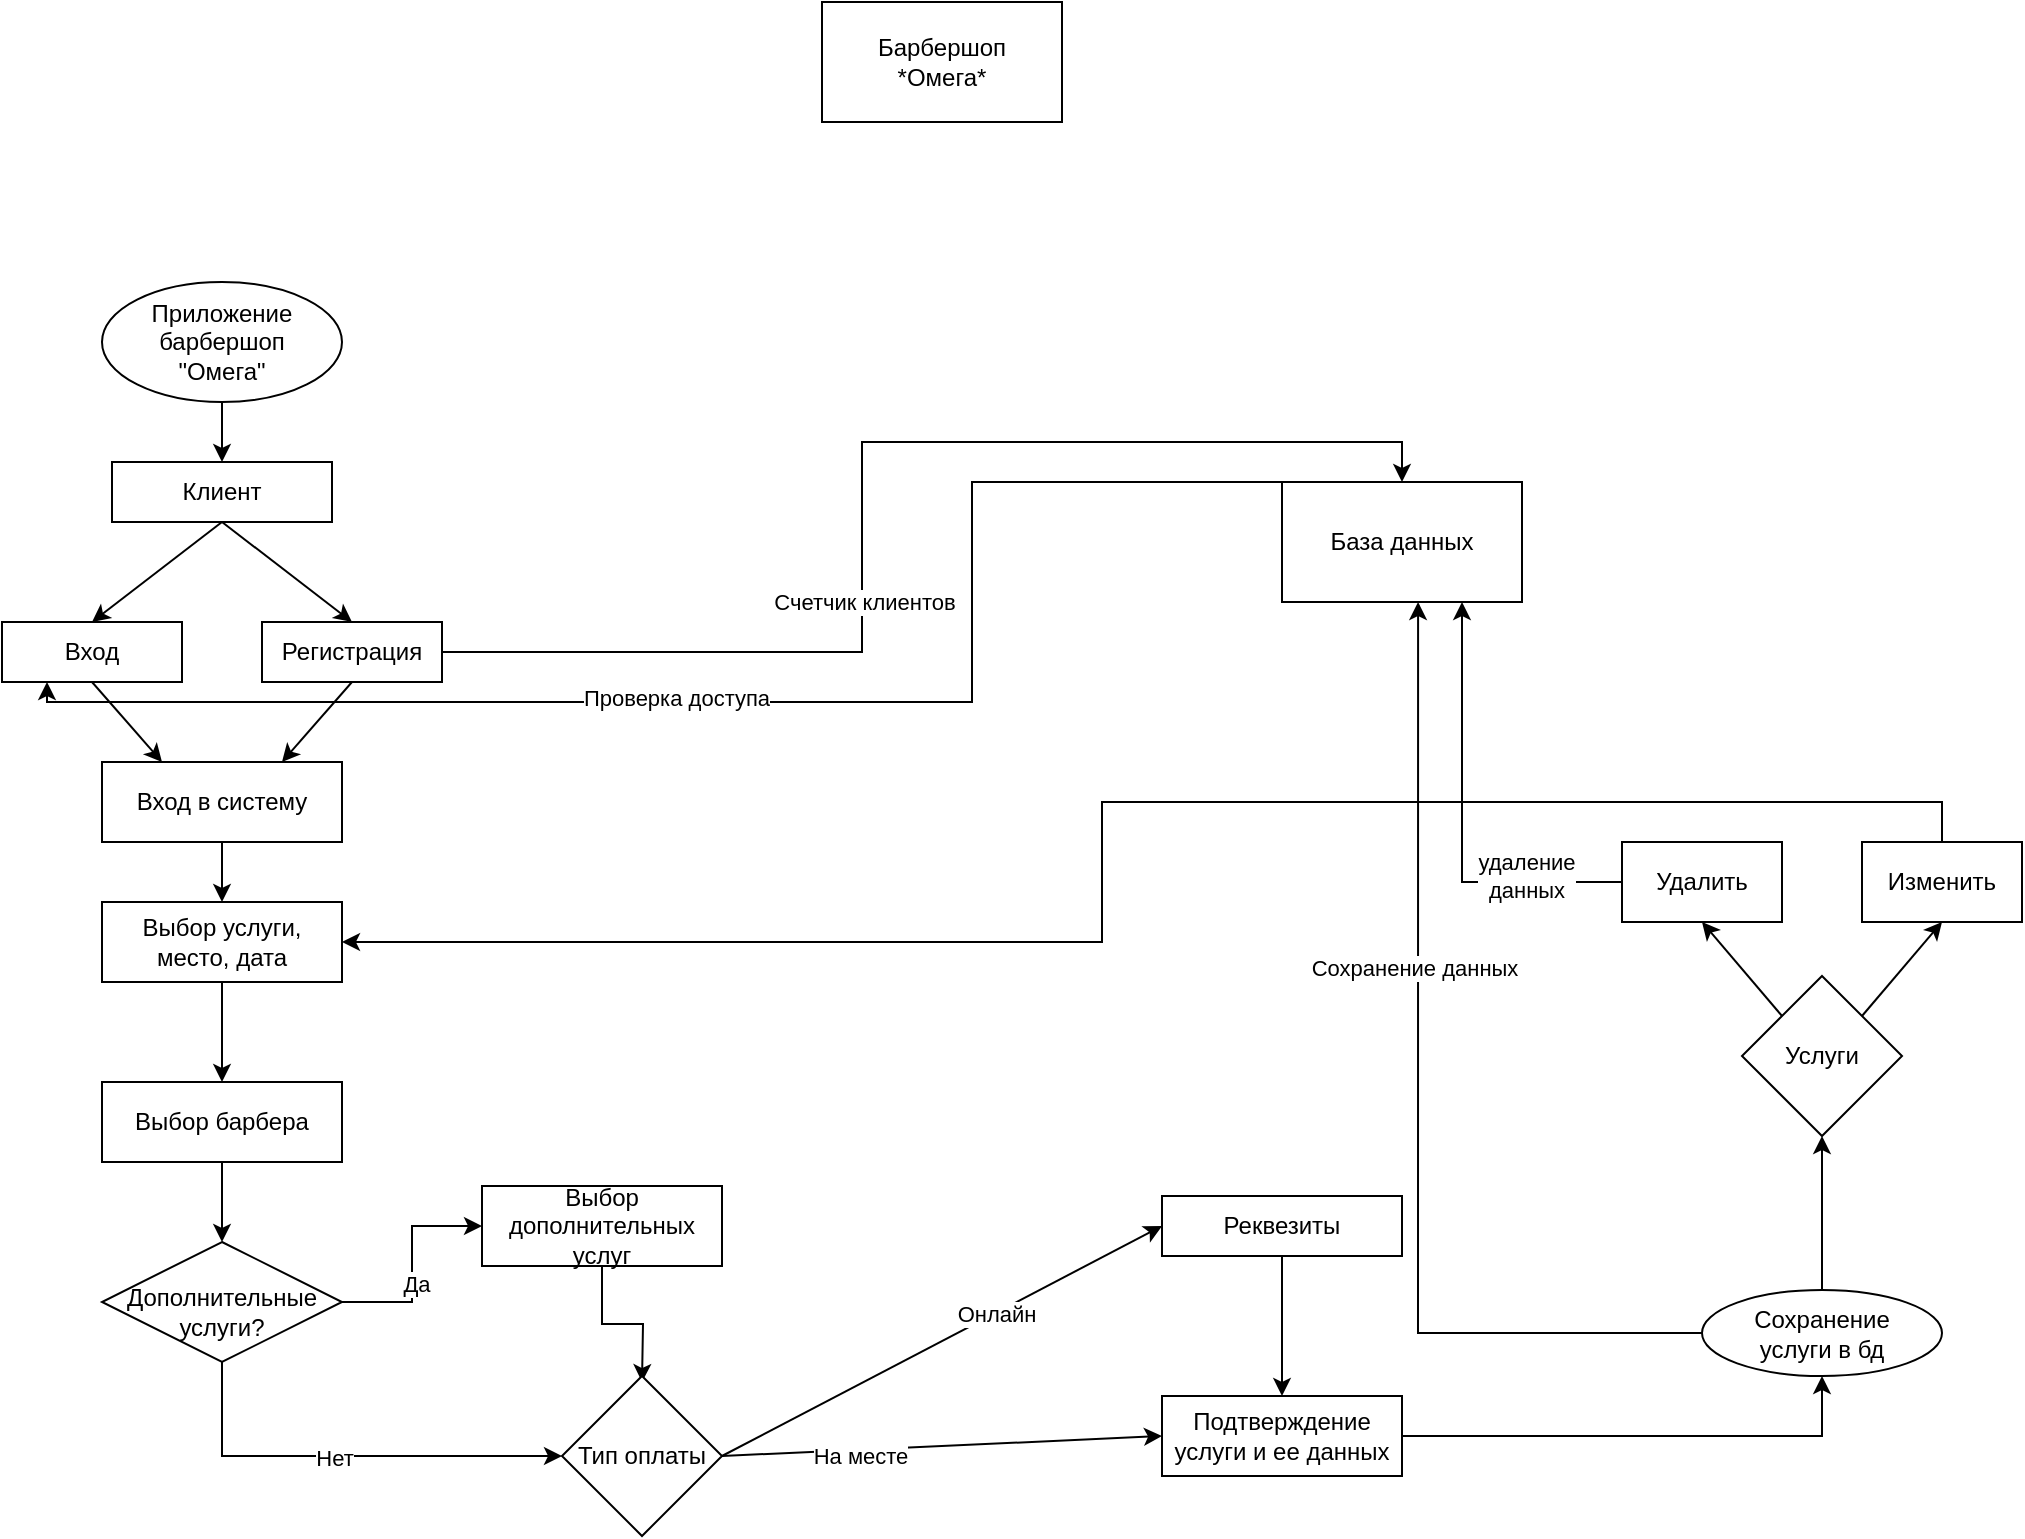
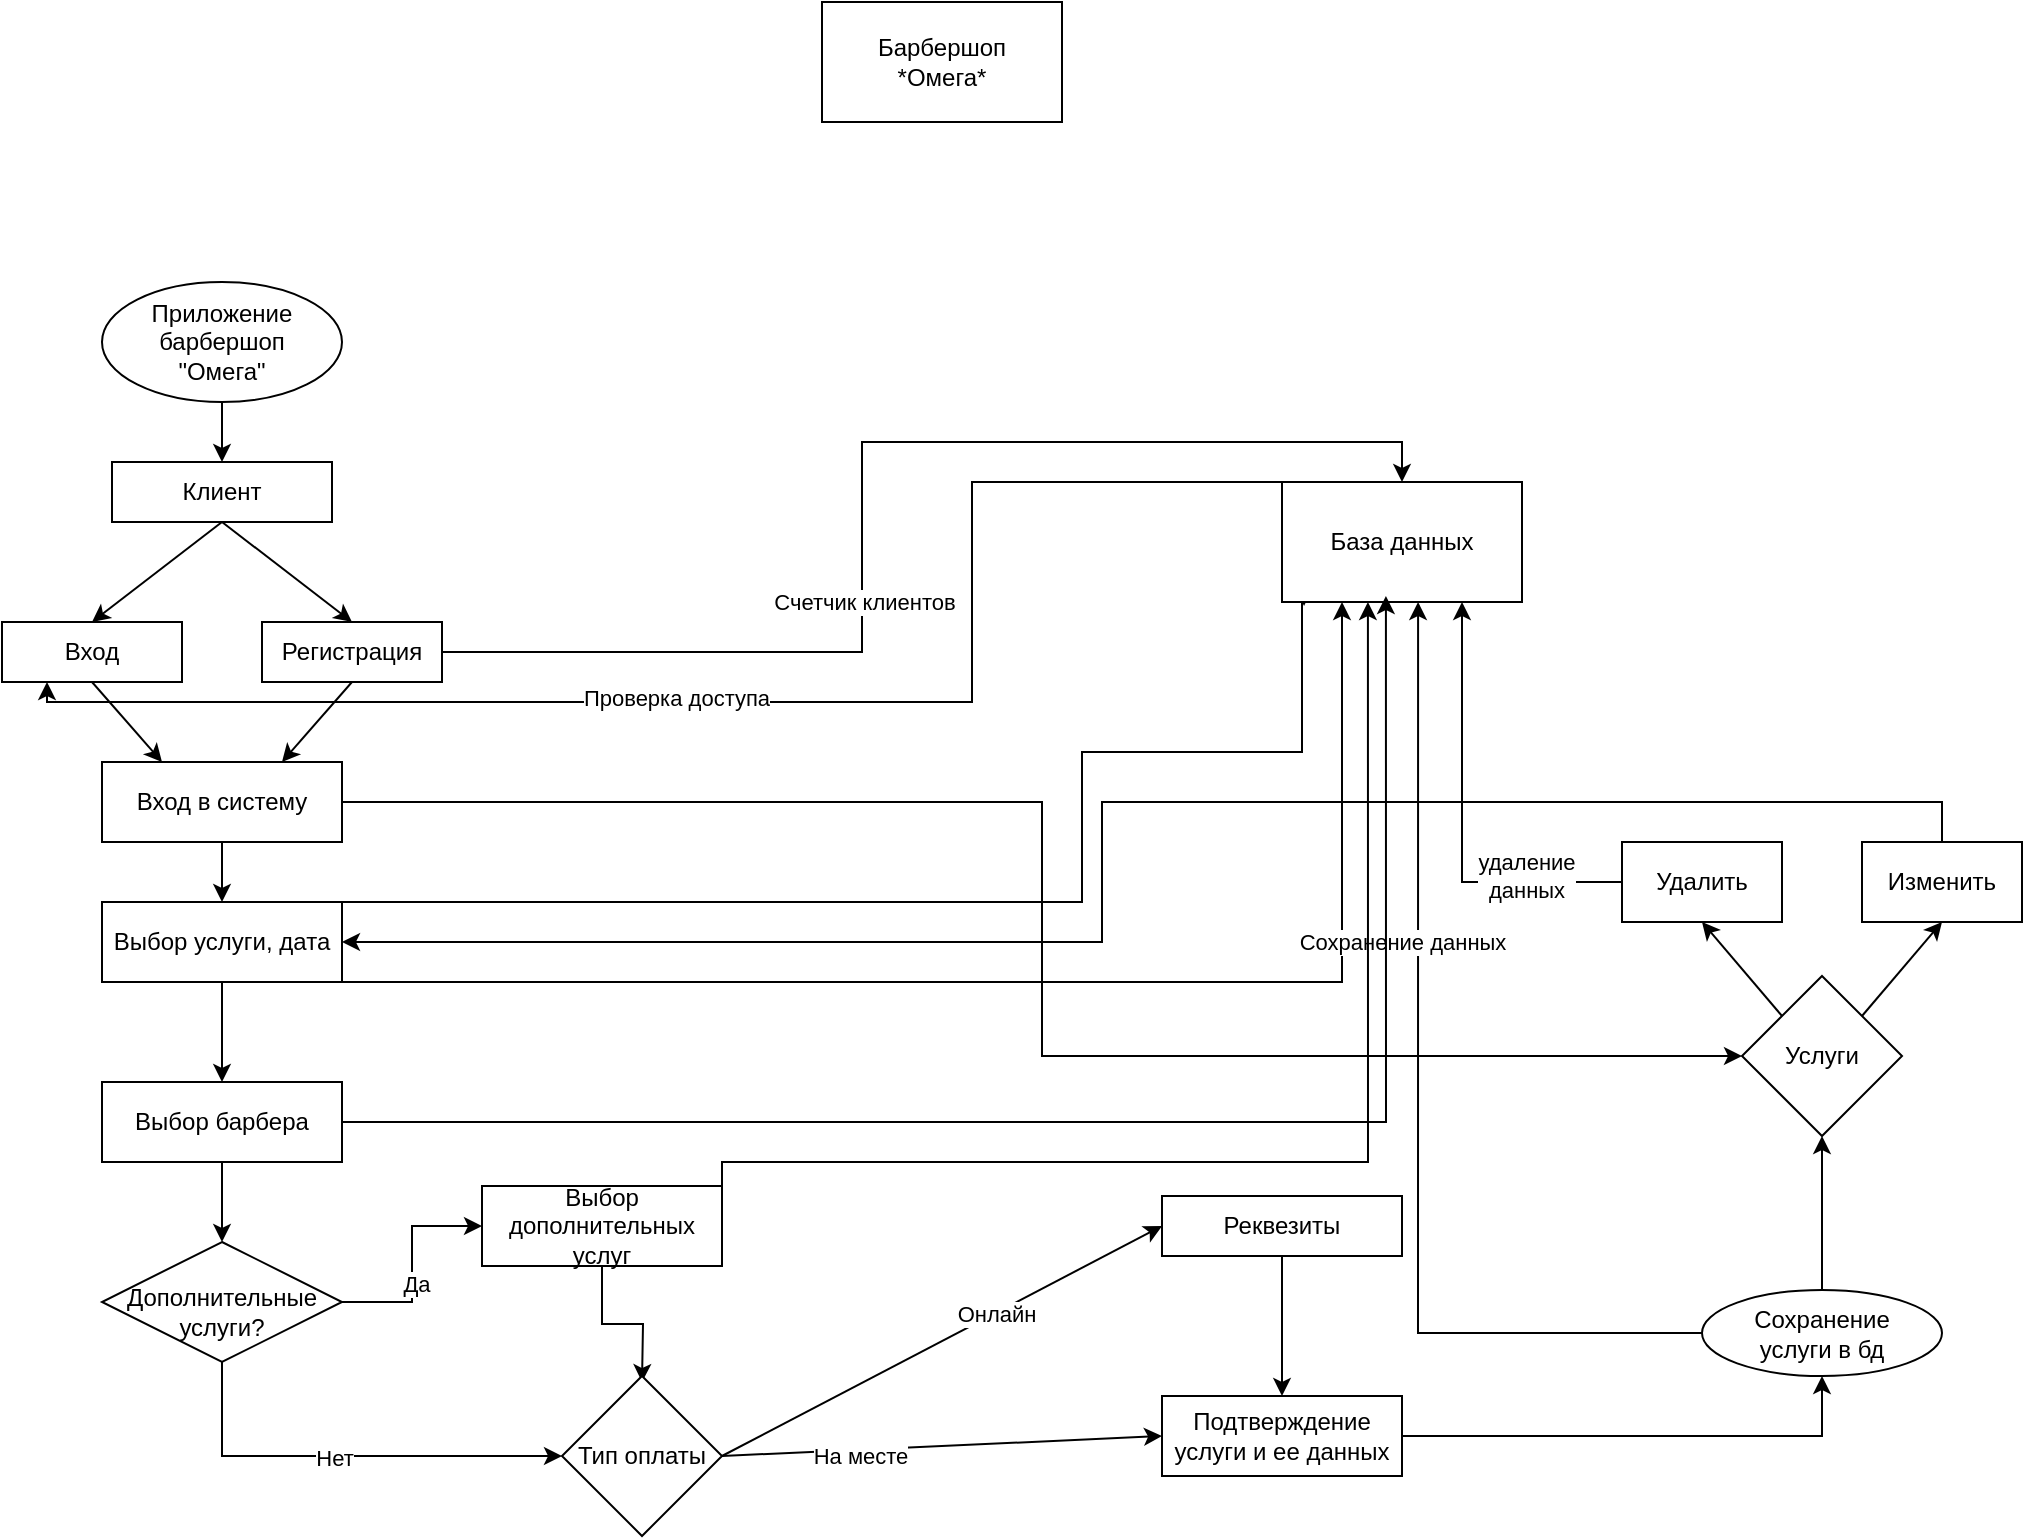
<mxfile host="Electron" agent="Mozilla/5.0 (Windows NT 10.0; Win64; x64) AppleWebKit/537.36 (KHTML, like Gecko) draw.io/24.7.8 Chrome/128.0.6613.36 Electron/32.0.1 Safari/537.36" version="24.7.8">
  <diagram name="Страница — 1" id="UO26m0AJWIRgGGeAvZkc">
    <mxGraphModel dx="1434" dy="844" grid="1" gridSize="10" guides="1" tooltips="1" connect="1" arrows="1" fold="1" page="1" pageScale="1" pageWidth="1169" pageHeight="827" math="0" shadow="0">
      <root>
        <mxCell id="0" />
        <mxCell id="1" parent="0" />
        <mxCell id="AP1ZAnM6FpRF_k96ix5y-1" value="Барбершоп&lt;div&gt;*Омега*&lt;/div&gt;" style="rounded=0;whiteSpace=wrap;html=1;" parent="1" vertex="1">
          <mxGeometry x="480" y="20" width="120" height="60" as="geometry" />
        </mxCell>
-         <mxCell id="9wGC_HxI7aEOlroQ4Emy-2" style="edgeStyle=orthogonalEdgeStyle;rounded=0;orthogonalLoop=1;jettySize=auto;html=1;exitX=0.5;exitY=1;exitDx=0;exitDy=0;entryX=0.5;entryY=0;entryDx=0;entryDy=0;" edge="1" parent="1" source="AP1ZAnM6FpRF_k96ix5y-7" target="9wGC_HxI7aEOlroQ4Emy-1">
+         <mxCell id="9wGC_HxI7aEOlroQ4Emy-2" style="edgeStyle=orthogonalEdgeStyle;rounded=0;orthogonalLoop=1;jettySize=auto;html=1;exitX=0.5;exitY=1;exitDx=0;exitDy=0;entryX=0.5;entryY=0;entryDx=0;entryDy=0;" parent="1" source="AP1ZAnM6FpRF_k96ix5y-7" target="9wGC_HxI7aEOlroQ4Emy-1" edge="1">
          <mxGeometry relative="1" as="geometry" />
        </mxCell>
        <mxCell id="AP1ZAnM6FpRF_k96ix5y-7" value="Приложение&lt;div&gt;барбершоп&lt;/div&gt;&lt;div&gt;&quot;Омега&quot;&lt;/div&gt;" style="ellipse;whiteSpace=wrap;html=1;" parent="1" vertex="1">
          <mxGeometry x="120" y="160" width="120" height="60" as="geometry" />
        </mxCell>
        <mxCell id="AP1ZAnM6FpRF_k96ix5y-8" value="" style="endArrow=classic;html=1;rounded=0;exitX=0.5;exitY=1;exitDx=0;exitDy=0;entryX=0.5;entryY=0;entryDx=0;entryDy=0;" parent="1" source="9wGC_HxI7aEOlroQ4Emy-1" target="AP1ZAnM6FpRF_k96ix5y-45" edge="1">
          <mxGeometry width="50" height="50" relative="1" as="geometry">
            <mxPoint x="560" y="350" as="sourcePoint" />
            <mxPoint x="250" y="320" as="targetPoint" />
          </mxGeometry>
        </mxCell>
-         <mxCell id="AP1ZAnM6FpRF_k96ix5y-9" value="Выбор услуги, место, дата" style="rounded=0;whiteSpace=wrap;html=1;" parent="1" vertex="1">
+         <mxCell id="8yDrBI5wRY__VyQY4MWw-1" style="edgeStyle=orthogonalEdgeStyle;rounded=0;orthogonalLoop=1;jettySize=auto;html=1;exitX=1;exitY=0;exitDx=0;exitDy=0;entryX=0.092;entryY=1.033;entryDx=0;entryDy=0;entryPerimeter=0;" edge="1" parent="1" source="AP1ZAnM6FpRF_k96ix5y-9" target="AP1ZAnM6FpRF_k96ix5y-42">
+           <mxGeometry relative="1" as="geometry">
+             <Array as="points">
+               <mxPoint x="610" y="470" />
+               <mxPoint x="610" y="395" />
+               <mxPoint x="720" y="395" />
+               <mxPoint x="720" y="320" />
+               <mxPoint x="721" y="320" />
+             </Array>
+           </mxGeometry>
+         </mxCell>
+         <mxCell id="8yDrBI5wRY__VyQY4MWw-3" style="edgeStyle=orthogonalEdgeStyle;rounded=0;orthogonalLoop=1;jettySize=auto;html=1;exitX=1;exitY=1;exitDx=0;exitDy=0;entryX=0.25;entryY=1;entryDx=0;entryDy=0;" edge="1" parent="1" source="AP1ZAnM6FpRF_k96ix5y-9" target="AP1ZAnM6FpRF_k96ix5y-42">
+           <mxGeometry relative="1" as="geometry">
+             <Array as="points">
+               <mxPoint x="740" y="510" />
+             </Array>
+           </mxGeometry>
+         </mxCell>
+         <mxCell id="AP1ZAnM6FpRF_k96ix5y-9" value="Выбор услуги, дата" style="rounded=0;whiteSpace=wrap;html=1;" parent="1" vertex="1">
          <mxGeometry x="120" y="470" width="120" height="40" as="geometry" />
        </mxCell>
        <mxCell id="AP1ZAnM6FpRF_k96ix5y-11" value="" style="endArrow=classic;html=1;rounded=0;exitX=0.5;exitY=1;exitDx=0;exitDy=0;" parent="1" source="AP1ZAnM6FpRF_k96ix5y-9" edge="1">
          <mxGeometry width="50" height="50" relative="1" as="geometry">
            <mxPoint x="560" y="460" as="sourcePoint" />
            <mxPoint x="180" y="560" as="targetPoint" />
          </mxGeometry>
        </mxCell>
        <mxCell id="AP1ZAnM6FpRF_k96ix5y-12" value="Выбор барбера" style="rounded=0;whiteSpace=wrap;html=1;" parent="1" vertex="1">
          <mxGeometry x="120" y="560" width="120" height="40" as="geometry" />
        </mxCell>
        <mxCell id="AP1ZAnM6FpRF_k96ix5y-17" style="edgeStyle=orthogonalEdgeStyle;rounded=0;orthogonalLoop=1;jettySize=auto;html=1;exitX=1;exitY=0.5;exitDx=0;exitDy=0;entryX=0;entryY=0.5;entryDx=0;entryDy=0;" parent="1" source="AP1ZAnM6FpRF_k96ix5y-13" target="AP1ZAnM6FpRF_k96ix5y-15" edge="1">
          <mxGeometry relative="1" as="geometry" />
        </mxCell>
        <mxCell id="AP1ZAnM6FpRF_k96ix5y-19" value="Да" style="edgeLabel;html=1;align=center;verticalAlign=middle;resizable=0;points=[];" parent="AP1ZAnM6FpRF_k96ix5y-17" vertex="1" connectable="0">
          <mxGeometry x="-0.1778" y="-2" relative="1" as="geometry">
            <mxPoint as="offset" />
          </mxGeometry>
        </mxCell>
        <mxCell id="AP1ZAnM6FpRF_k96ix5y-18" style="edgeStyle=orthogonalEdgeStyle;rounded=0;orthogonalLoop=1;jettySize=auto;html=1;exitX=0.5;exitY=1;exitDx=0;exitDy=0;entryX=0;entryY=0.5;entryDx=0;entryDy=0;" parent="1" source="AP1ZAnM6FpRF_k96ix5y-13" target="AP1ZAnM6FpRF_k96ix5y-34" edge="1">
          <mxGeometry relative="1" as="geometry">
            <mxPoint x="300" y="808" as="targetPoint" />
          </mxGeometry>
        </mxCell>
        <mxCell id="AP1ZAnM6FpRF_k96ix5y-20" value="Нет" style="edgeLabel;html=1;align=center;verticalAlign=middle;resizable=0;points=[];" parent="AP1ZAnM6FpRF_k96ix5y-18" vertex="1" connectable="0">
          <mxGeometry x="-0.05" y="-1" relative="1" as="geometry">
            <mxPoint as="offset" />
          </mxGeometry>
        </mxCell>
        <mxCell id="AP1ZAnM6FpRF_k96ix5y-13" value="Дополнительные&lt;div&gt;услуги?&lt;/div&gt;" style="rhombus;whiteSpace=wrap;html=1;spacingBottom=-9;" parent="1" vertex="1">
          <mxGeometry x="120" y="640" width="120" height="60" as="geometry" />
        </mxCell>
        <mxCell id="AP1ZAnM6FpRF_k96ix5y-14" value="" style="endArrow=classic;html=1;rounded=0;exitX=0.5;exitY=1;exitDx=0;exitDy=0;entryX=0.5;entryY=0;entryDx=0;entryDy=0;" parent="1" source="AP1ZAnM6FpRF_k96ix5y-12" target="AP1ZAnM6FpRF_k96ix5y-13" edge="1">
          <mxGeometry width="50" height="50" relative="1" as="geometry">
            <mxPoint x="440" y="460" as="sourcePoint" />
            <mxPoint x="490" y="410" as="targetPoint" />
          </mxGeometry>
        </mxCell>
        <mxCell id="AP1ZAnM6FpRF_k96ix5y-22" style="edgeStyle=orthogonalEdgeStyle;rounded=0;orthogonalLoop=1;jettySize=auto;html=1;exitX=0.5;exitY=1;exitDx=0;exitDy=0;" parent="1" source="AP1ZAnM6FpRF_k96ix5y-15" edge="1">
          <mxGeometry relative="1" as="geometry">
            <mxPoint x="390" y="710" as="targetPoint" />
          </mxGeometry>
        </mxCell>
        <mxCell id="AP1ZAnM6FpRF_k96ix5y-15" value="Выбор дополнительных услуг" style="rounded=0;whiteSpace=wrap;html=1;" parent="1" vertex="1">
          <mxGeometry x="310" y="612" width="120" height="40" as="geometry" />
        </mxCell>
        <mxCell id="AP1ZAnM6FpRF_k96ix5y-71" style="edgeStyle=orthogonalEdgeStyle;rounded=0;orthogonalLoop=1;jettySize=auto;html=1;exitX=0.5;exitY=1;exitDx=0;exitDy=0;entryX=0.5;entryY=0;entryDx=0;entryDy=0;" parent="1" source="AP1ZAnM6FpRF_k96ix5y-16" target="AP1ZAnM6FpRF_k96ix5y-9" edge="1">
          <mxGeometry relative="1" as="geometry" />
        </mxCell>
+         <mxCell id="8yDrBI5wRY__VyQY4MWw-5" style="edgeStyle=orthogonalEdgeStyle;rounded=0;orthogonalLoop=1;jettySize=auto;html=1;exitX=1;exitY=0.5;exitDx=0;exitDy=0;entryX=0;entryY=0.5;entryDx=0;entryDy=0;" edge="1" parent="1" source="AP1ZAnM6FpRF_k96ix5y-16" target="AP1ZAnM6FpRF_k96ix5y-62">
+           <mxGeometry relative="1" as="geometry" />
+         </mxCell>
        <mxCell id="AP1ZAnM6FpRF_k96ix5y-16" value="Вход в систему" style="rounded=0;whiteSpace=wrap;html=1;" parent="1" vertex="1">
          <mxGeometry x="120" y="400" width="120" height="40" as="geometry" />
        </mxCell>
        <mxCell id="AP1ZAnM6FpRF_k96ix5y-34" value="Тип оплаты" style="rhombus;whiteSpace=wrap;html=1;" parent="1" vertex="1">
          <mxGeometry x="350" y="707" width="80" height="80" as="geometry" />
        </mxCell>
        <mxCell id="AP1ZAnM6FpRF_k96ix5y-35" value="Реквезиты" style="rounded=0;whiteSpace=wrap;html=1;" parent="1" vertex="1">
          <mxGeometry x="650" y="617" width="120" height="30" as="geometry" />
        </mxCell>
        <mxCell id="AP1ZAnM6FpRF_k96ix5y-36" value="" style="endArrow=classic;html=1;rounded=0;entryX=0;entryY=0.5;entryDx=0;entryDy=0;exitX=1;exitY=0.5;exitDx=0;exitDy=0;" parent="1" source="AP1ZAnM6FpRF_k96ix5y-34" target="AP1ZAnM6FpRF_k96ix5y-35" edge="1">
          <mxGeometry width="50" height="50" relative="1" as="geometry">
            <mxPoint x="560" y="717" as="sourcePoint" />
            <mxPoint x="610" y="667" as="targetPoint" />
          </mxGeometry>
        </mxCell>
        <mxCell id="AP1ZAnM6FpRF_k96ix5y-37" value="Онлайн" style="edgeLabel;html=1;align=center;verticalAlign=middle;resizable=0;points=[];" parent="AP1ZAnM6FpRF_k96ix5y-36" vertex="1" connectable="0">
          <mxGeometry x="0.2456" relative="1" as="geometry">
            <mxPoint as="offset" />
          </mxGeometry>
        </mxCell>
        <mxCell id="AP1ZAnM6FpRF_k96ix5y-38" value="" style="endArrow=classic;html=1;rounded=0;exitX=1;exitY=0.5;exitDx=0;exitDy=0;entryX=0;entryY=0.5;entryDx=0;entryDy=0;" parent="1" source="AP1ZAnM6FpRF_k96ix5y-34" target="AP1ZAnM6FpRF_k96ix5y-39" edge="1">
          <mxGeometry width="50" height="50" relative="1" as="geometry">
            <mxPoint x="590" y="767" as="sourcePoint" />
            <mxPoint x="610" y="747" as="targetPoint" />
          </mxGeometry>
        </mxCell>
        <mxCell id="AP1ZAnM6FpRF_k96ix5y-40" value="На месте" style="edgeLabel;html=1;align=center;verticalAlign=middle;resizable=0;points=[];" parent="AP1ZAnM6FpRF_k96ix5y-38" vertex="1" connectable="0">
          <mxGeometry x="-0.3765" y="-3" relative="1" as="geometry">
            <mxPoint as="offset" />
          </mxGeometry>
        </mxCell>
        <mxCell id="AP1ZAnM6FpRF_k96ix5y-52" style="edgeStyle=orthogonalEdgeStyle;rounded=0;orthogonalLoop=1;jettySize=auto;html=1;exitX=1;exitY=0.5;exitDx=0;exitDy=0;entryX=0.5;entryY=1;entryDx=0;entryDy=0;" parent="1" source="AP1ZAnM6FpRF_k96ix5y-39" target="AP1ZAnM6FpRF_k96ix5y-51" edge="1">
          <mxGeometry relative="1" as="geometry" />
        </mxCell>
        <mxCell id="AP1ZAnM6FpRF_k96ix5y-39" value="Подтверждение&lt;div&gt;услуги и ее данных&lt;/div&gt;" style="rounded=0;whiteSpace=wrap;html=1;" parent="1" vertex="1">
          <mxGeometry x="650" y="717" width="120" height="40" as="geometry" />
        </mxCell>
        <mxCell id="AP1ZAnM6FpRF_k96ix5y-41" value="" style="endArrow=classic;html=1;rounded=0;exitX=0.5;exitY=1;exitDx=0;exitDy=0;entryX=0.5;entryY=0;entryDx=0;entryDy=0;" parent="1" source="AP1ZAnM6FpRF_k96ix5y-35" target="AP1ZAnM6FpRF_k96ix5y-39" edge="1">
          <mxGeometry width="50" height="50" relative="1" as="geometry">
            <mxPoint x="430" y="587" as="sourcePoint" />
            <mxPoint x="480" y="537" as="targetPoint" />
          </mxGeometry>
        </mxCell>
        <mxCell id="AP1ZAnM6FpRF_k96ix5y-50" style="edgeStyle=orthogonalEdgeStyle;rounded=0;orthogonalLoop=1;jettySize=auto;html=1;exitX=0.25;exitY=0;exitDx=0;exitDy=0;entryX=0.25;entryY=1;entryDx=0;entryDy=0;" parent="1" source="AP1ZAnM6FpRF_k96ix5y-42" target="AP1ZAnM6FpRF_k96ix5y-45" edge="1">
          <mxGeometry relative="1" as="geometry">
            <Array as="points">
              <mxPoint x="555" y="370" />
              <mxPoint x="93" y="370" />
            </Array>
          </mxGeometry>
        </mxCell>
        <mxCell id="AP1ZAnM6FpRF_k96ix5y-66" value="Проверка доступа" style="edgeLabel;html=1;align=center;verticalAlign=middle;resizable=0;points=[];" parent="AP1ZAnM6FpRF_k96ix5y-50" vertex="1" connectable="0">
          <mxGeometry x="0.1544" y="-2" relative="1" as="geometry">
            <mxPoint as="offset" />
          </mxGeometry>
        </mxCell>
        <mxCell id="AP1ZAnM6FpRF_k96ix5y-42" value="База данных" style="rounded=0;whiteSpace=wrap;html=1;" parent="1" vertex="1">
          <mxGeometry x="710" y="260" width="120" height="60" as="geometry" />
        </mxCell>
        <mxCell id="AP1ZAnM6FpRF_k96ix5y-45" value="Вход" style="rounded=0;whiteSpace=wrap;html=1;" parent="1" vertex="1">
          <mxGeometry x="70" y="330" width="90" height="30" as="geometry" />
        </mxCell>
        <mxCell id="AP1ZAnM6FpRF_k96ix5y-48" style="edgeStyle=orthogonalEdgeStyle;rounded=0;orthogonalLoop=1;jettySize=auto;html=1;exitX=1;exitY=0.5;exitDx=0;exitDy=0;entryX=0.5;entryY=0;entryDx=0;entryDy=0;" parent="1" source="AP1ZAnM6FpRF_k96ix5y-46" target="AP1ZAnM6FpRF_k96ix5y-42" edge="1">
          <mxGeometry relative="1" as="geometry" />
        </mxCell>
        <mxCell id="AP1ZAnM6FpRF_k96ix5y-67" value="Счетчик клиентов" style="edgeLabel;html=1;align=center;verticalAlign=middle;resizable=0;points=[];" parent="AP1ZAnM6FpRF_k96ix5y-48" vertex="1" connectable="0">
          <mxGeometry x="-0.2231" y="-1" relative="1" as="geometry">
            <mxPoint as="offset" />
          </mxGeometry>
        </mxCell>
        <mxCell id="AP1ZAnM6FpRF_k96ix5y-46" value="Регистрация" style="rounded=0;whiteSpace=wrap;html=1;" parent="1" vertex="1">
          <mxGeometry x="200" y="330" width="90" height="30" as="geometry" />
        </mxCell>
        <mxCell id="AP1ZAnM6FpRF_k96ix5y-47" value="" style="endArrow=classic;html=1;rounded=0;entryX=0.5;entryY=0;entryDx=0;entryDy=0;exitX=0.5;exitY=1;exitDx=0;exitDy=0;" parent="1" source="9wGC_HxI7aEOlroQ4Emy-1" target="AP1ZAnM6FpRF_k96ix5y-46" edge="1">
          <mxGeometry width="50" height="50" relative="1" as="geometry">
            <mxPoint x="540" y="550" as="sourcePoint" />
            <mxPoint x="590" y="500" as="targetPoint" />
          </mxGeometry>
        </mxCell>
        <mxCell id="AP1ZAnM6FpRF_k96ix5y-49" value="" style="endArrow=classic;html=1;rounded=0;exitX=0.5;exitY=1;exitDx=0;exitDy=0;entryX=0.75;entryY=0;entryDx=0;entryDy=0;" parent="1" source="AP1ZAnM6FpRF_k96ix5y-46" target="AP1ZAnM6FpRF_k96ix5y-16" edge="1">
          <mxGeometry width="50" height="50" relative="1" as="geometry">
            <mxPoint x="350" y="500" as="sourcePoint" />
            <mxPoint x="400" y="450" as="targetPoint" />
          </mxGeometry>
        </mxCell>
        <mxCell id="AP1ZAnM6FpRF_k96ix5y-51" value="Сохранение&lt;div&gt;услуги в бд&lt;/div&gt;" style="ellipse;whiteSpace=wrap;html=1;" parent="1" vertex="1">
          <mxGeometry x="920" y="664" width="120" height="43" as="geometry" />
        </mxCell>
        <mxCell id="AP1ZAnM6FpRF_k96ix5y-54" value="" style="endArrow=classic;html=1;rounded=0;exitX=0.5;exitY=1;exitDx=0;exitDy=0;entryX=0.25;entryY=0;entryDx=0;entryDy=0;" parent="1" source="AP1ZAnM6FpRF_k96ix5y-45" target="AP1ZAnM6FpRF_k96ix5y-16" edge="1">
          <mxGeometry width="50" height="50" relative="1" as="geometry">
            <mxPoint x="350" y="500" as="sourcePoint" />
            <mxPoint x="400" y="450" as="targetPoint" />
          </mxGeometry>
        </mxCell>
        <mxCell id="AP1ZAnM6FpRF_k96ix5y-64" style="edgeStyle=orthogonalEdgeStyle;rounded=0;orthogonalLoop=1;jettySize=auto;html=1;exitX=0.5;exitY=0;exitDx=0;exitDy=0;entryX=1;entryY=0.5;entryDx=0;entryDy=0;" parent="1" source="AP1ZAnM6FpRF_k96ix5y-56" target="AP1ZAnM6FpRF_k96ix5y-9" edge="1">
          <mxGeometry relative="1" as="geometry" />
        </mxCell>
        <mxCell id="AP1ZAnM6FpRF_k96ix5y-56" value="Изменить" style="rounded=0;whiteSpace=wrap;html=1;" parent="1" vertex="1">
          <mxGeometry x="1000" y="440" width="80" height="40" as="geometry" />
        </mxCell>
        <mxCell id="AP1ZAnM6FpRF_k96ix5y-61" style="edgeStyle=orthogonalEdgeStyle;rounded=0;orthogonalLoop=1;jettySize=auto;html=1;exitX=0;exitY=0.5;exitDx=0;exitDy=0;entryX=0.75;entryY=1;entryDx=0;entryDy=0;" parent="1" source="AP1ZAnM6FpRF_k96ix5y-57" target="AP1ZAnM6FpRF_k96ix5y-42" edge="1">
          <mxGeometry relative="1" as="geometry" />
        </mxCell>
        <mxCell id="AP1ZAnM6FpRF_k96ix5y-70" value="удаление&lt;div&gt;данных&lt;/div&gt;" style="edgeLabel;html=1;align=center;verticalAlign=middle;resizable=0;points=[];" parent="AP1ZAnM6FpRF_k96ix5y-61" vertex="1" connectable="0">
          <mxGeometry x="-0.5636" y="-3" relative="1" as="geometry">
            <mxPoint as="offset" />
          </mxGeometry>
        </mxCell>
        <mxCell id="AP1ZAnM6FpRF_k96ix5y-57" value="Удалить" style="rounded=0;whiteSpace=wrap;html=1;" parent="1" vertex="1">
          <mxGeometry x="880" y="440" width="80" height="40" as="geometry" />
        </mxCell>
        <mxCell id="AP1ZAnM6FpRF_k96ix5y-58" value="" style="endArrow=classic;html=1;rounded=0;exitX=1;exitY=0;exitDx=0;exitDy=0;entryX=0.5;entryY=1;entryDx=0;entryDy=0;" parent="1" source="AP1ZAnM6FpRF_k96ix5y-62" target="AP1ZAnM6FpRF_k96ix5y-56" edge="1">
          <mxGeometry width="50" height="50" relative="1" as="geometry">
            <mxPoint x="950" y="547" as="sourcePoint" />
            <mxPoint x="1000" y="497" as="targetPoint" />
          </mxGeometry>
        </mxCell>
        <mxCell id="AP1ZAnM6FpRF_k96ix5y-59" value="" style="endArrow=classic;html=1;rounded=0;exitX=0;exitY=0;exitDx=0;exitDy=0;entryX=0.5;entryY=1;entryDx=0;entryDy=0;" parent="1" source="AP1ZAnM6FpRF_k96ix5y-62" target="AP1ZAnM6FpRF_k96ix5y-57" edge="1">
          <mxGeometry width="50" height="50" relative="1" as="geometry">
            <mxPoint x="990" y="614" as="sourcePoint" />
            <mxPoint x="1050" y="557" as="targetPoint" />
          </mxGeometry>
        </mxCell>
        <mxCell id="AP1ZAnM6FpRF_k96ix5y-60" style="edgeStyle=orthogonalEdgeStyle;rounded=0;orthogonalLoop=1;jettySize=auto;html=1;exitX=0;exitY=0.5;exitDx=0;exitDy=0;entryX=0.567;entryY=1;entryDx=0;entryDy=0;entryPerimeter=0;" parent="1" source="AP1ZAnM6FpRF_k96ix5y-51" target="AP1ZAnM6FpRF_k96ix5y-42" edge="1">
          <mxGeometry relative="1" as="geometry" />
        </mxCell>
        <mxCell id="AP1ZAnM6FpRF_k96ix5y-68" value="Сохранение данных" style="edgeLabel;html=1;align=center;verticalAlign=middle;resizable=0;points=[];" parent="AP1ZAnM6FpRF_k96ix5y-60" vertex="1" connectable="0">
          <mxGeometry x="0.2788" y="2" relative="1" as="geometry">
-             <mxPoint as="offset" />
+             <mxPoint x="-6" y="-13" as="offset" />
          </mxGeometry>
        </mxCell>
        <mxCell id="AP1ZAnM6FpRF_k96ix5y-62" value="Услуги" style="rhombus;whiteSpace=wrap;html=1;" parent="1" vertex="1">
          <mxGeometry x="940" y="507" width="80" height="80" as="geometry" />
        </mxCell>
        <mxCell id="AP1ZAnM6FpRF_k96ix5y-63" value="" style="endArrow=classic;html=1;rounded=0;exitX=0.5;exitY=0;exitDx=0;exitDy=0;entryX=0.5;entryY=1;entryDx=0;entryDy=0;" parent="1" source="AP1ZAnM6FpRF_k96ix5y-51" target="AP1ZAnM6FpRF_k96ix5y-62" edge="1">
          <mxGeometry width="50" height="50" relative="1" as="geometry">
            <mxPoint x="830" y="510" as="sourcePoint" />
            <mxPoint x="880" y="460" as="targetPoint" />
          </mxGeometry>
        </mxCell>
-         <mxCell id="9wGC_HxI7aEOlroQ4Emy-1" value="Клиент" style="rounded=0;whiteSpace=wrap;html=1;" vertex="1" parent="1">
+         <mxCell id="9wGC_HxI7aEOlroQ4Emy-1" value="Клиент" style="rounded=0;whiteSpace=wrap;html=1;" parent="1" vertex="1">
          <mxGeometry x="125" y="250" width="110" height="30" as="geometry" />
+         </mxCell>
+         <mxCell id="8yDrBI5wRY__VyQY4MWw-2" style="edgeStyle=orthogonalEdgeStyle;rounded=0;orthogonalLoop=1;jettySize=auto;html=1;exitX=1;exitY=0.5;exitDx=0;exitDy=0;entryX=0.433;entryY=0.95;entryDx=0;entryDy=0;entryPerimeter=0;" edge="1" parent="1" source="AP1ZAnM6FpRF_k96ix5y-12" target="AP1ZAnM6FpRF_k96ix5y-42">
+           <mxGeometry relative="1" as="geometry" />
+         </mxCell>
+         <mxCell id="8yDrBI5wRY__VyQY4MWw-4" style="edgeStyle=orthogonalEdgeStyle;rounded=0;orthogonalLoop=1;jettySize=auto;html=1;exitX=1;exitY=0.25;exitDx=0;exitDy=0;entryX=0.358;entryY=1;entryDx=0;entryDy=0;entryPerimeter=0;" edge="1" parent="1" source="AP1ZAnM6FpRF_k96ix5y-15" target="AP1ZAnM6FpRF_k96ix5y-42">
+           <mxGeometry relative="1" as="geometry">
+             <Array as="points">
+               <mxPoint x="430" y="600" />
+               <mxPoint x="753" y="600" />
+             </Array>
+           </mxGeometry>
        </mxCell>
      </root>
    </mxGraphModel>
  </diagram>
</mxfile>
